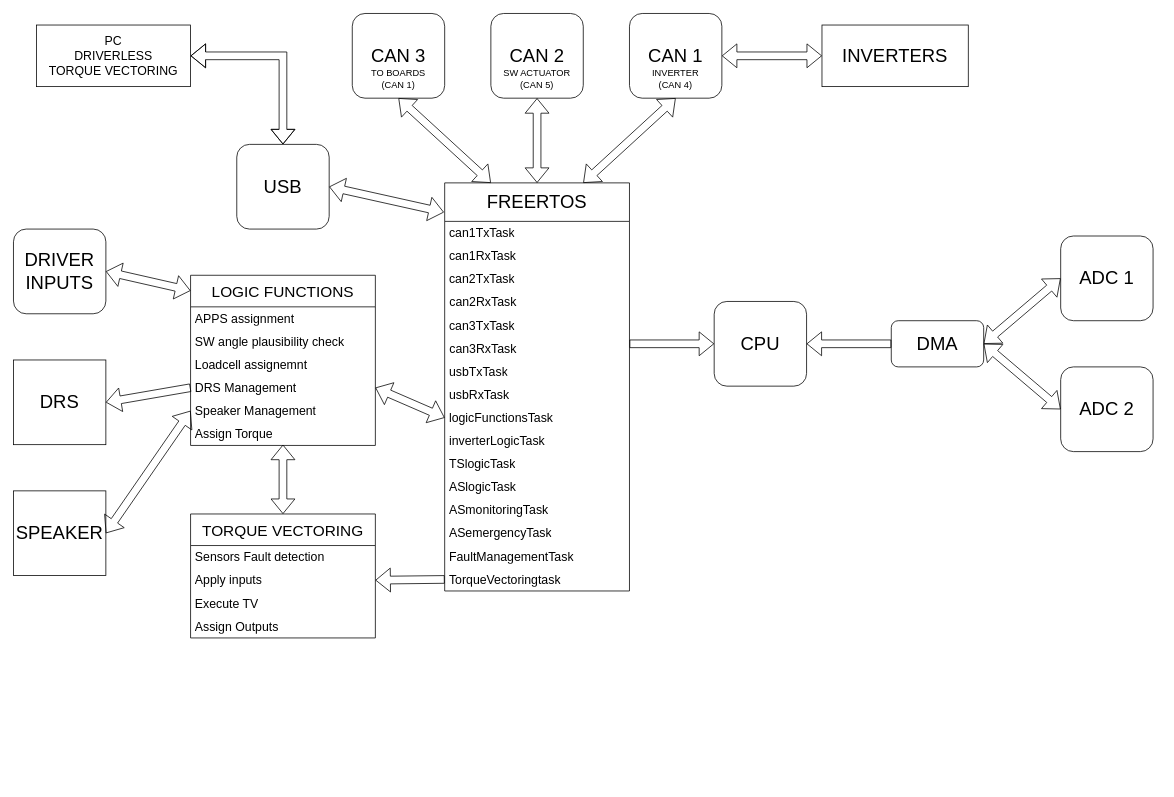
This is VCUfirmwareScheme.drawio from carloFerr/carloFerr, a draw.io file, before an edit. Source tidied: cells renumbered, new cells numbered last; positions are measured from the earlier drawing's top-left corner, leaving out a move shared by most shapes. Both pictures are drawn from the tidied source at 77%, with x=0, y=0 at pixel (13, 13).
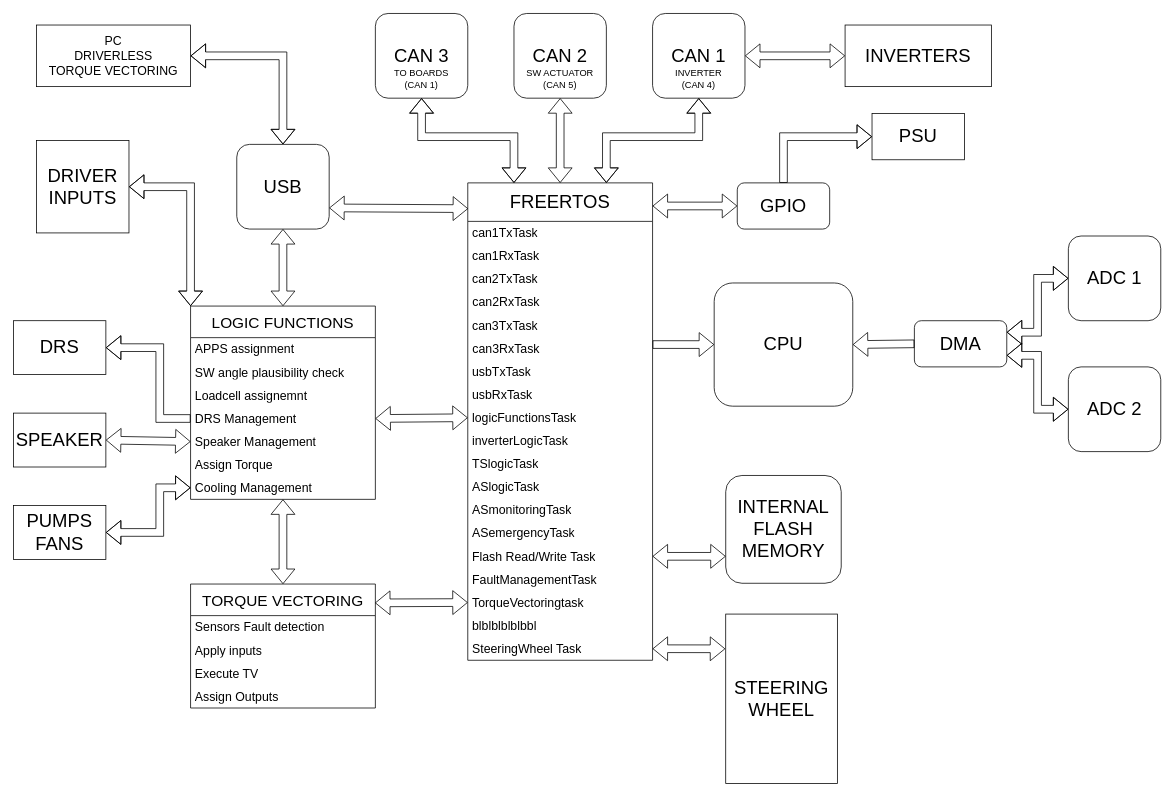
After the change.

Unchanged cells that the change refers to:
```xml
<mxCell id="16" value="&amp;nbsp;can3RxTask" style="text;html=1;strokeColor=none;fillColor=none;align=left;verticalAlign=middle;whiteSpace=wrap;rounded=0;fontSize=16;" parent="10" vertex="1">
  <mxGeometry y="200" width="240" height="30" as="geometry" />
</mxCell>
<mxCell id="33" value="&lt;font style=&quot;font-size: 24px;&quot;&gt;USB&lt;br&gt;&lt;/font&gt;" style="rounded=1;whiteSpace=wrap;html=1;" parent="1" vertex="1">
  <mxGeometry x="290" y="170" width="120" height="110" as="geometry" />
</mxCell>
<mxCell id="40" value="DRS Management" style="text;strokeColor=none;fillColor=none;align=left;verticalAlign=middle;spacingLeft=4;spacingRight=4;overflow=hidden;points=[[0,0.5],[1,0.5]];portConstraint=eastwest;whiteSpace=wrap;html=1;fontSize=16;" parent="36" vertex="1">
  <mxGeometry y="131" width="240" height="30" as="geometry" />
</mxCell>
<mxCell id="42" value="Assign Torque" style="text;strokeColor=none;fillColor=none;align=left;verticalAlign=middle;spacingLeft=4;spacingRight=4;overflow=hidden;points=[[0,0.5],[1,0.5]];portConstraint=eastwest;whiteSpace=wrap;html=1;fontSize=16;" parent="36" vertex="1">
  <mxGeometry y="191" width="240" height="30" as="geometry" />
</mxCell>
<mxCell id="46" value="Apply inputs" style="text;strokeColor=none;fillColor=none;align=left;verticalAlign=middle;spacingLeft=4;spacingRight=4;overflow=hidden;points=[[0,0.5],[1,0.5]];portConstraint=eastwest;whiteSpace=wrap;html=1;fontSize=16;" parent="44" vertex="1">
  <mxGeometry y="71" width="240" height="30" as="geometry" />
</mxCell>
```

The edit, as a diff of the source:
```diff
@@
     <mxCell id="2" value="&lt;font style=&quot;font-size: 24px;&quot;&gt;CPU&lt;/font&gt;" style="rounded=1;whiteSpace=wrap;html=1;" parent="1" vertex="1">
-      <mxGeometry x="910" y="374" width="120" height="110" as="geometry" />
+      <mxGeometry x="910" y="350" width="180" height="160" as="geometry" />
     </mxCell>
-    <mxCell id="3" style="shape=flexArrow;endArrow=classic;html=1;rounded=0;entryX=0;entryY=0.5;entryDx=0;entryDy=0;exitX=1;exitY=0.5;exitDx=0;exitDy=0;" parent="1" edge="1" target="2">
-      <mxGeometry relative="1" as="geometry">
-        <mxPoint x="800" y="429" as="sourcePoint" />
-      </mxGeometry>
+    <mxCell id="3" style="shape=flexArrow;endArrow=classic;html=1;rounded=0;entryX=0;entryY=0.5;entryDx=0;entryDy=0;exitX=1;exitY=0.333;exitDx=0;exitDy=0;exitPerimeter=0;" parent="1" edge="1" source="16" target="2">
+      <mxGeometry relative="1" as="geometry" />
     </mxCell>
     <mxCell id="4" value="&lt;font style=&quot;font-size: 24px;&quot;&gt;DMA&lt;/font&gt;" style="rounded=1;whiteSpace=wrap;html=1;" parent="1" vertex="1">
-      <mxGeometry x="1140" y="399" width="120" height="60" as="geometry" />
+      <mxGeometry x="1170" y="399" width="120" height="60" as="geometry" />
     </mxCell>
     <mxCell id="5" value="&lt;font style=&quot;font-size: 24px;&quot;&gt;ADC 1&lt;br&gt;&lt;/font&gt;" style="rounded=1;whiteSpace=wrap;html=1;" parent="1" vertex="1">
-      <mxGeometry x="1360" y="289" width="120" height="110" as="geometry" />
+      <mxGeometry x="1370" y="289" width="120" height="110" as="geometry" />
     </mxCell>
     <mxCell id="6" value="&lt;font style=&quot;font-size: 24px;&quot;&gt;ADC 2&lt;br&gt;&lt;/font&gt;" style="rounded=1;whiteSpace=wrap;html=1;" parent="1" vertex="1">
-      <mxGeometry x="1360" y="459" width="120" height="110" as="geometry" />
+      <mxGeometry x="1370" y="459" width="120" height="110" as="geometry" />
     </mxCell>
-    <mxCell id="7" style="shape=flexArrow;endArrow=classic;startArrow=classic;html=1;rounded=0;entryX=0;entryY=0.5;entryDx=0;entryDy=0;exitX=1;exitY=0.5;exitDx=0;exitDy=0;" parent="1" edge="1" source="4" target="5">
-      <mxGeometry relative="1" as="geometry" />
+    <mxCell id="7" style="shape=flexArrow;endArrow=classic;startArrow=classic;html=1;rounded=0;entryX=0;entryY=0.5;entryDx=0;entryDy=0;exitX=1;exitY=0.25;exitDx=0;exitDy=0;" parent="1" edge="1" source="4" target="5">
+      <mxGeometry relative="1" as="geometry">
+        <Array as="points">
+          <mxPoint x="1330" y="414" />
+          <mxPoint x="1330" y="344" />
+        </Array>
+      </mxGeometry>
     </mxCell>
-    <mxCell id="8" style="shape=flexArrow;endArrow=classic;startArrow=classic;html=1;rounded=0;entryX=0;entryY=0.5;entryDx=0;entryDy=0;exitX=1;exitY=0.5;exitDx=0;exitDy=0;" parent="1" edge="1" source="4" target="6">
-      <mxGeometry relative="1" as="geometry" />
+    <mxCell id="8" style="shape=flexArrow;endArrow=classic;startArrow=classic;html=1;rounded=0;entryX=0;entryY=0.5;entryDx=0;entryDy=0;exitX=1;exitY=0.75;exitDx=0;exitDy=0;" parent="1" edge="1" source="4" target="6">
+      <mxGeometry relative="1" as="geometry">
+        <Array as="points">
+          <mxPoint x="1330" y="444" />
+          <mxPoint x="1330" y="514" />
+        </Array>
+      </mxGeometry>
     </mxCell>
@@
     <mxCell id="10" value="&lt;font style=&quot;font-size: 24px;&quot;&gt;FREERTOS&lt;/font&gt;" style="swimlane;fontStyle=0;horizontal=1;startSize=50;whiteSpace=wrap;html=1;" parent="1" vertex="1">
-      <mxGeometry x="560" y="220" width="240" height="530" as="geometry" />
+      <mxGeometry x="590" y="220" width="240" height="620" as="geometry" />
     </mxCell>
@@
+    <mxCell id="63" value="Flash Read/Write Task" style="text;strokeColor=none;fillColor=none;align=left;verticalAlign=middle;spacingLeft=4;spacingRight=4;overflow=hidden;points=[[0,0.5],[1,0.5]];portConstraint=eastwest;whiteSpace=wrap;html=1;fontSize=16;" parent="10" vertex="1">
+      <mxGeometry y="470" width="240" height="30" as="geometry" />
+    </mxCell>
     <mxCell id="25" value="FaultManagementTask" style="text;strokeColor=none;fillColor=none;align=left;verticalAlign=middle;spacingLeft=4;spacingRight=4;overflow=hidden;whiteSpace=wrap;html=1;fontSize=16;" parent="10" vertex="1">
-      <mxGeometry y="470" width="240" height="30" as="geometry" />
+      <mxGeometry y="500" width="240" height="30" as="geometry" />
     </mxCell>
     <mxCell id="26" value="TorqueVectoringtask" style="text;strokeColor=none;fillColor=none;align=left;verticalAlign=middle;spacingLeft=4;spacingRight=4;overflow=hidden;points=[[0,0.5],[1,0.5]];portConstraint=eastwest;whiteSpace=wrap;html=1;fontSize=16;" parent="10" vertex="1">
-      <mxGeometry y="500" width="240" height="30" as="geometry" />
+      <mxGeometry y="530" width="240" height="30" as="geometry" />
     </mxCell>
+    <mxCell id="64" value="blblblblblbbl" style="text;strokeColor=none;fillColor=none;align=left;verticalAlign=middle;spacingLeft=4;spacingRight=4;overflow=hidden;whiteSpace=wrap;html=1;fontSize=16;" parent="10" vertex="1">
+      <mxGeometry y="560" width="240" height="30" as="geometry" />
+    </mxCell>
+    <mxCell id="65" value="SteeringWheel Task" style="text;strokeColor=none;fillColor=none;align=left;verticalAlign=middle;spacingLeft=4;spacingRight=4;overflow=hidden;points=[[0,0.5],[1,0.5]];portConstraint=eastwest;whiteSpace=wrap;html=1;fontSize=16;" parent="10" vertex="1">
+      <mxGeometry y="590" width="240" height="30" as="geometry" />
+    </mxCell>
     <mxCell id="27" value="&lt;font style=&quot;font-size: 24px;&quot;&gt;CAN 1&lt;br&gt;&lt;/font&gt;" style="rounded=1;whiteSpace=wrap;html=1;" parent="1" vertex="1">
-      <mxGeometry x="800" width="120" height="110" as="geometry" />
+      <mxGeometry x="830" width="120" height="110" as="geometry" />
     </mxCell>
     <mxCell id="28" value="INVERTER (CAN 4)" style="text;html=1;strokeColor=none;fillColor=none;align=center;verticalAlign=middle;whiteSpace=wrap;rounded=0;" parent="1" vertex="1">
-      <mxGeometry x="830" y="70" width="60" height="30" as="geometry" />
+      <mxGeometry x="860" y="70" width="60" height="30" as="geometry" />
     </mxCell>
     <mxCell id="29" value="&lt;font style=&quot;font-size: 24px;&quot;&gt;CAN 2&lt;br&gt;&lt;/font&gt;" style="rounded=1;whiteSpace=wrap;html=1;" parent="1" vertex="1">
-      <mxGeometry x="620" width="120" height="110" as="geometry" />
+      <mxGeometry x="650" width="120" height="110" as="geometry" />
     </mxCell>
     <mxCell id="30" value="SW ACTUATOR&lt;br&gt;(CAN 5)" style="text;html=1;strokeColor=none;fillColor=none;align=center;verticalAlign=middle;whiteSpace=wrap;rounded=0;" parent="1" vertex="1">
-      <mxGeometry x="630" y="70" width="100" height="30" as="geometry" />
+      <mxGeometry x="660" y="70" width="100" height="30" as="geometry" />
     </mxCell>
     <mxCell id="31" value="&lt;font style=&quot;font-size: 24px;&quot;&gt;CAN 3&lt;br&gt;&lt;/font&gt;" style="rounded=1;whiteSpace=wrap;html=1;" parent="1" vertex="1">
-      <mxGeometry x="440" width="120" height="110" as="geometry" />
+      <mxGeometry x="470" width="120" height="110" as="geometry" />
     </mxCell>
     <mxCell id="32" value="TO BOARDS&lt;br&gt;(CAN 1)" style="text;html=1;strokeColor=none;fillColor=none;align=center;verticalAlign=middle;whiteSpace=wrap;rounded=0;" parent="1" vertex="1">
-      <mxGeometry x="450" y="70" width="100" height="30" as="geometry" />
+      <mxGeometry x="480" y="70" width="100" height="30" as="geometry" />
     </mxCell>
@@
     <mxCell id="36" value="&lt;font style=&quot;font-size: 20px;&quot;&gt;LOGIC FUNCTIONS&lt;/font&gt;" style="swimlane;fontStyle=0;horizontal=1;startSize=41;whiteSpace=wrap;html=1;" parent="1" vertex="1">
-      <mxGeometry x="230" y="340" width="240" height="221" as="geometry" />
+      <mxGeometry x="230" y="380" width="240" height="251" as="geometry" />
     </mxCell>
@@
-    <mxCell id="43" value="&lt;font style=&quot;font-size: 24px;&quot;&gt;DRIVER&lt;br&gt;INPUTS&lt;br&gt;&lt;/font&gt;" style="rounded=1;whiteSpace=wrap;html=1;" parent="1" vertex="1">
-      <mxGeometry y="280" width="120" height="110" as="geometry" />
-    </mxCell>
+    <mxCell id="66" value="Cooling Management" style="text;strokeColor=none;fillColor=none;align=left;verticalAlign=middle;spacingLeft=4;spacingRight=4;overflow=hidden;points=[[0,0.5],[1,0.5]];portConstraint=eastwest;whiteSpace=wrap;html=1;fontSize=16;" parent="36" vertex="1">
+      <mxGeometry y="221" width="240" height="30" as="geometry" />
+    </mxCell>
     <mxCell id="44" value="&lt;font style=&quot;font-size: 20px;&quot;&gt;TORQUE VECTORING&lt;/font&gt;" style="swimlane;fontStyle=0;horizontal=1;startSize=41;whiteSpace=wrap;html=1;" parent="1" vertex="1">
-      <mxGeometry x="230" y="650" width="240" height="161" as="geometry" />
+      <mxGeometry x="230" y="741" width="240" height="161" as="geometry" />
     </mxCell>
@@
-    <mxCell id="49" style="shape=flexArrow;endArrow=classic;startArrow=classic;html=1;rounded=0;exitX=1;exitY=0.5;exitDx=0;exitDy=0;entryX=-0.004;entryY=0.072;entryDx=0;entryDy=0;entryPerimeter=0;" parent="1" edge="1" source="33" target="10">
+    <mxCell id="49" style="shape=flexArrow;endArrow=classic;startArrow=classic;html=1;rounded=0;exitX=1;exitY=0.75;exitDx=0;exitDy=0;entryX=0.002;entryY=0.054;entryDx=0;entryDy=0;entryPerimeter=0;" parent="1" edge="1" source="33" target="10">
       <mxGeometry relative="1" as="geometry" />
     </mxCell>
@@
     <mxCell id="51" style="shape=flexArrow;endArrow=classic;startArrow=classic;html=1;rounded=0;entryX=0.5;entryY=1;entryDx=0;entryDy=0;exitX=0.25;exitY=0;exitDx=0;exitDy=0;" parent="1" edge="1" source="10" target="31">
-      <mxGeometry relative="1" as="geometry" />
+      <mxGeometry relative="1" as="geometry">
+        <Array as="points">
+          <mxPoint x="650" y="160" />
+          <mxPoint x="530" y="160" />
+        </Array>
+      </mxGeometry>
     </mxCell>
@@
     <mxCell id="53" style="shape=flexArrow;endArrow=classic;startArrow=classic;html=1;rounded=0;entryX=0.5;entryY=1;entryDx=0;entryDy=0;exitX=0.75;exitY=0;exitDx=0;exitDy=0;" parent="1" edge="1" source="10" target="27">
-      <mxGeometry relative="1" as="geometry" />
+      <mxGeometry relative="1" as="geometry">
+        <Array as="points">
+          <mxPoint x="770" y="160" />
+          <mxPoint x="890" y="160" />
+        </Array>
+      </mxGeometry>
     </mxCell>
     <mxCell id="54" style="shape=flexArrow;endArrow=classic;startArrow=classic;html=1;rounded=0;entryX=0;entryY=0.5;entryDx=0;entryDy=0;exitX=1;exitY=0.5;exitDx=0;exitDy=0;" parent="1" edge="1" source="27">
       <mxGeometry relative="1" as="geometry">
-        <mxPoint x="1050" y="55" as="targetPoint" />
+        <mxPoint x="1080" y="55" as="targetPoint" />
       </mxGeometry>
     </mxCell>
     <mxCell id="55" value="&lt;font style=&quot;font-size: 24px;&quot;&gt;INVERTERS&lt;/font&gt;" style="rounded=0;whiteSpace=wrap;html=1;" parent="1" vertex="1">
-      <mxGeometry x="1050" y="15" width="190" height="80" as="geometry" />
+      <mxGeometry x="1080" y="15" width="190" height="80" as="geometry" />
     </mxCell>
     <mxCell id="56" value="&lt;font style=&quot;font-size: 24px;&quot;&gt;DRS&lt;/font&gt;" style="rounded=0;whiteSpace=wrap;html=1;" parent="1" vertex="1">
-      <mxGeometry y="450" width="120" height="110" as="geometry" />
+      <mxGeometry y="399" width="120" height="70" as="geometry" />
     </mxCell>
     <mxCell id="57" style="shape=flexArrow;endArrow=classic;html=1;rounded=0;exitX=0;exitY=0.5;exitDx=0;exitDy=0;entryX=1;entryY=0.5;entryDx=0;entryDy=0;" parent="1" edge="1" source="40" target="56">
-      <mxGeometry relative="1" as="geometry" />
+      <mxGeometry relative="1" as="geometry">
+        <Array as="points">
+          <mxPoint x="190" y="526" />
+          <mxPoint x="190" y="434" />
+        </Array>
+      </mxGeometry>
     </mxCell>
     <mxCell id="58" value="&lt;font style=&quot;font-size: 24px;&quot;&gt;SPEAKER&lt;/font&gt;" style="rounded=0;whiteSpace=wrap;html=1;" parent="1" vertex="1">
-      <mxGeometry y="620" width="120" height="110" as="geometry" />
+      <mxGeometry y="519" width="120" height="70" as="geometry" />
     </mxCell>
-    <mxCell id="59" style="shape=flexArrow;endArrow=classic;startArrow=classic;html=1;rounded=0;entryX=0.5;entryY=0.967;entryDx=0;entryDy=0;entryPerimeter=0;exitX=0.5;exitY=0;exitDx=0;exitDy=0;" parent="1" edge="1" source="44" target="42">
-      <mxGeometry relative="1" as="geometry" />
-    </mxCell>
-    <mxCell id="60" style="shape=flexArrow;endArrow=classic;html=1;rounded=0;entryX=1;entryY=0.5;entryDx=0;entryDy=0;exitX=0;exitY=0.5;exitDx=0;exitDy=0;" parent="1" edge="1" source="26" target="46">
-      <mxGeometry relative="1" as="geometry" />
-    </mxCell>
-    <mxCell id="61" style="shape=flexArrow;endArrow=classic;startArrow=classic;html=1;rounded=0;exitX=1;exitY=0.5;exitDx=0;exitDy=0;" parent="1" edge="1" source="43">
+    <mxCell id="61" style="shape=flexArrow;endArrow=classic;startArrow=classic;html=1;rounded=0;exitX=1;exitY=0.5;exitDx=0;exitDy=0;entryX=0;entryY=0;entryDx=0;entryDy=0;" parent="1" edge="1" source="43" target="36">
       <mxGeometry relative="1" as="geometry">
-        <mxPoint x="230" y="360" as="targetPoint" />
+        <Array as="points">
+          <mxPoint x="230" y="225" />
+        </Array>
       </mxGeometry>
     </mxCell>
@@
+    <mxCell id="67" style="shape=flexArrow;endArrow=classic;startArrow=classic;html=1;rounded=0;entryX=0;entryY=0.5;entryDx=0;entryDy=0;exitX=1;exitY=0.5;exitDx=0;exitDy=0;" parent="1" edge="1" source="68" target="66">
+      <mxGeometry relative="1" as="geometry">
+        <Array as="points">
+          <mxPoint x="190" y="674" />
+          <mxPoint x="190" y="616" />
+        </Array>
+      </mxGeometry>
+    </mxCell>
+    <mxCell id="68" value="&lt;font style=&quot;font-size: 24px;&quot;&gt;PUMPS&lt;br&gt;FANS&lt;br&gt;&lt;/font&gt;" style="rounded=0;whiteSpace=wrap;html=1;" parent="1" vertex="1">
+      <mxGeometry y="639" width="120" height="70" as="geometry" />
+    </mxCell>
+    <mxCell id="69" style="shape=flexArrow;endArrow=classic;startArrow=classic;html=1;rounded=0;entryX=0;entryY=0.5;entryDx=0;entryDy=0;exitX=0.998;exitY=0.152;exitDx=0;exitDy=0;exitPerimeter=0;" parent="1" edge="1" source="44" target="26">
+      <mxGeometry relative="1" as="geometry" />
+    </mxCell>
+    <mxCell id="70" value="&lt;font style=&quot;font-size: 24px;&quot;&gt;INTERNAL&lt;br&gt;FLASH&lt;br&gt;MEMORY&lt;br&gt;&lt;/font&gt;" style="rounded=1;whiteSpace=wrap;html=1;" parent="1" vertex="1">
+      <mxGeometry x="925" y="600" width="150" height="140" as="geometry" />
+    </mxCell>
+    <mxCell id="71" style="shape=flexArrow;endArrow=classic;startArrow=classic;html=1;rounded=0;exitX=0.5;exitY=0;exitDx=0;exitDy=0;" parent="1" edge="1" source="44">
+      <mxGeometry relative="1" as="geometry">
+        <mxPoint x="350" y="631" as="targetPoint" />
+      </mxGeometry>
+    </mxCell>
+    <mxCell id="72" style="shape=flexArrow;endArrow=classic;startArrow=classic;html=1;rounded=0;entryX=0.5;entryY=1;entryDx=0;entryDy=0;" parent="1" edge="1" source="36" target="33">
+      <mxGeometry relative="1" as="geometry" />
+    </mxCell>
+    <mxCell id="73" style="shape=flexArrow;endArrow=classic;startArrow=classic;html=1;rounded=0;exitX=0;exitY=0.75;exitDx=0;exitDy=0;entryX=1;entryY=0.5;entryDx=0;entryDy=0;" parent="1" edge="1" source="70" target="63">
+      <mxGeometry relative="1" as="geometry" />
+    </mxCell>
+    <mxCell id="43" value="&lt;font style=&quot;font-size: 24px;&quot;&gt;DRIVER INPUTS&lt;/font&gt;" style="whiteSpace=wrap;html=1;" parent="1" vertex="1">
+      <mxGeometry x="30" y="165" width="120" height="120" as="geometry" />
+    </mxCell>
+    <mxCell id="74" style="shape=flexArrow;endArrow=classic;startArrow=classic;html=1;rounded=0;entryX=-0.004;entryY=0.205;entryDx=0;entryDy=0;exitX=1;exitY=0.5;exitDx=0;exitDy=0;entryPerimeter=0;" parent="1" edge="1" source="65" target="75">
+      <mxGeometry relative="1" as="geometry" />
+    </mxCell>
+    <mxCell id="75" value="&lt;font style=&quot;font-size: 24px;&quot;&gt;STEERING&lt;br style=&quot;border-color: var(--border-color);&quot;&gt;&lt;/font&gt;&lt;span style=&quot;font-size: 24px;&quot;&gt;WHEEL&lt;/span&gt;" style="rounded=0;whiteSpace=wrap;html=1;" parent="1" vertex="1">
+      <mxGeometry x="925" y="780" width="145" height="220" as="geometry" />
+    </mxCell>
+    <mxCell id="76" value="&lt;font style=&quot;font-size: 24px;&quot;&gt;GPIO&lt;/font&gt;" style="rounded=1;whiteSpace=wrap;html=1;" parent="1" vertex="1">
+      <mxGeometry x="940" y="220" width="120" height="60" as="geometry" />
+    </mxCell>
+    <mxCell id="77" style="shape=flexArrow;endArrow=classic;startArrow=classic;html=1;rounded=0;entryX=0;entryY=0.5;entryDx=0;entryDy=0;" parent="1" edge="1" target="76">
+      <mxGeometry relative="1" as="geometry">
+        <mxPoint x="830" y="250" as="sourcePoint" />
+      </mxGeometry>
+    </mxCell>
+    <mxCell id="78" style="shape=flexArrow;endArrow=classic;html=1;rounded=0;exitX=0.5;exitY=0;exitDx=0;exitDy=0;entryX=0;entryY=0.5;entryDx=0;entryDy=0;" parent="1" edge="1" source="76" target="79">
+      <mxGeometry relative="1" as="geometry">
+        <Array as="points">
+          <mxPoint x="1000" y="160" />
+        </Array>
+      </mxGeometry>
+    </mxCell>
+    <mxCell id="79" value="&lt;font style=&quot;font-size: 24px;&quot;&gt;PSU&lt;/font&gt;" style="rounded=0;whiteSpace=wrap;html=1;" parent="1" vertex="1">
+      <mxGeometry x="1115" y="130" width="120" height="60" as="geometry" />
+    </mxCell>
```
